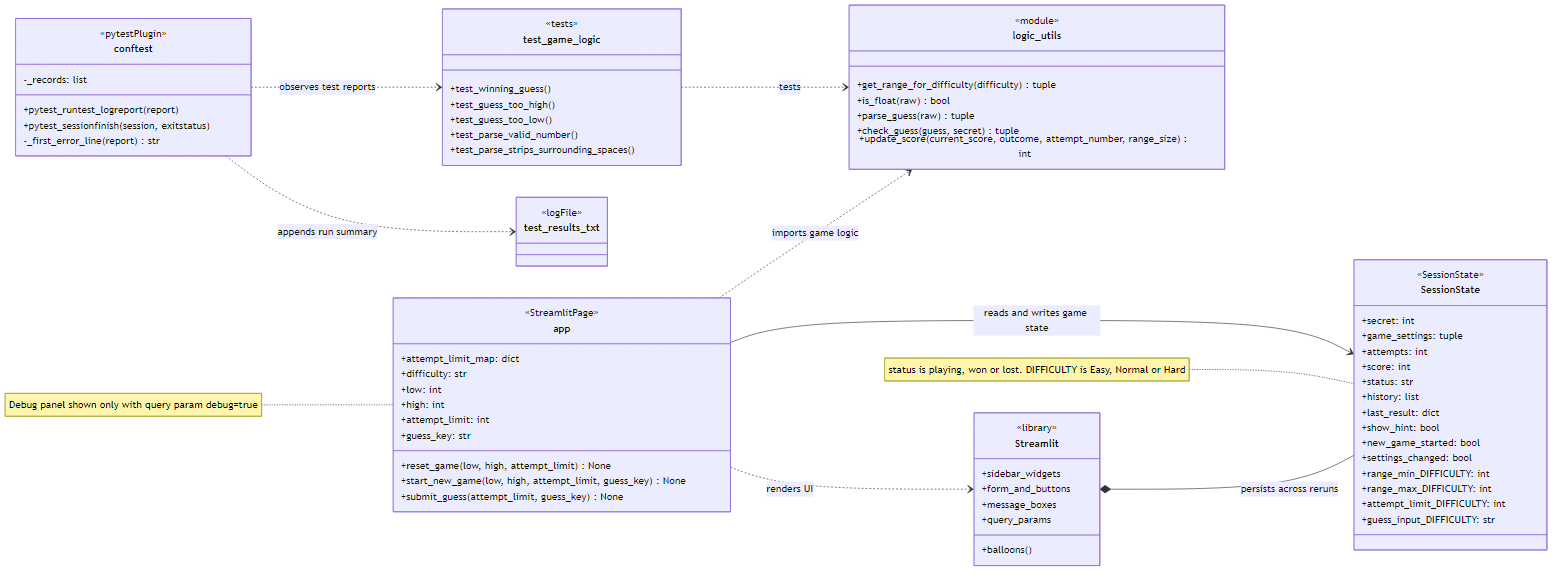
Above: assets/architecture.png in BronsonChow/Applied-AI-Glitchy-Guesser (Mermaid), before the change. Its source is kept beside it as diagrams/architecture.mmd. Source of this version:
```mermaid
classDiagram
    direction LR

    class app {
        <<StreamlitPage>>
        +attempt_limit_map: dict
        +difficulty: str
        +low: int
        +high: int
        +attempt_limit: int
        +guess_key: str
        +reset_game(low, high, attempt_limit) None
        +start_new_game(low, high, attempt_limit, guess_key) None
        +submit_guess(attempt_limit, guess_key) None
    }

    class logic_utils {
        <<module>>
        +get_range_for_difficulty(difficulty) tuple
        +is_float(raw) bool
        +parse_guess(raw) tuple
        +check_guess(guess, secret) tuple
        +update_score(current_score, outcome, attempt_number, range_size) int
    }

    class SessionState {
        <<SessionState>>
        +secret: int
        +game_settings: tuple
        +attempts: int
        +score: int
        +status: str
        +history: list
        +last_result: dict
        +show_hint: bool
        +new_game_started: bool
        +settings_changed: bool
        +range_min_DIFFICULTY: int
        +range_max_DIFFICULTY: int
        +attempt_limit_DIFFICULTY: int
        +guess_input_DIFFICULTY: str
    }

    class Streamlit {
        <<library>>
        +sidebar_widgets
        +form_and_buttons
        +message_boxes
        +query_params
        +balloons()
    }

    class test_game_logic {
        <<tests>>
        +test_winning_guess()
        +test_guess_too_high()
        +test_guess_too_low()
        +test_parse_valid_number()
        +test_parse_strips_surrounding_spaces()
    }

    class conftest {
        <<pytestPlugin>>
        -_records: list
        +pytest_runtest_logreport(report)
        +pytest_sessionfinish(session, exitstatus)
        -_first_error_line(report) str
    }

    class test_results_txt {
        <<logFile>>
    }

    app ..> logic_utils : imports game logic
    app --> SessionState : reads and writes game state
    app ..> Streamlit : renders UI
    Streamlit *-- SessionState : persists across reruns
    test_game_logic ..> logic_utils : tests
    conftest ..> test_game_logic : observes test reports
    conftest ..> test_results_txt : appends run summary

    note for SessionState "status is playing, won or lost. DIFFICULTY is Easy, Normal or Hard"
    note for app "Debug panel shown only with query param debug=true"
```
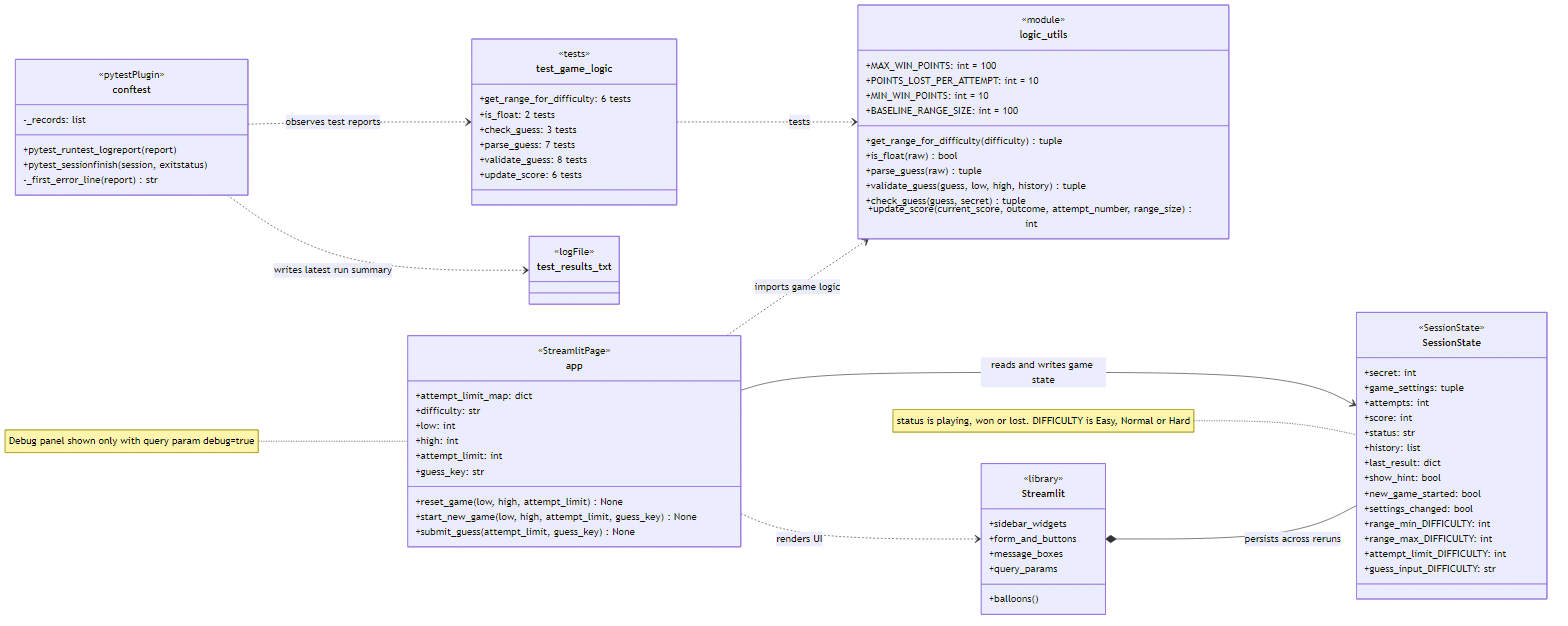
The same diagram one commit later.

Commit message:
refactor: extract guess validation, name scoring constants, expand tests

Change to the diagram source:
```diff
@@ -16,9 +16,14 @@
 
     class logic_utils {
         <<module>>
+        +MAX_WIN_POINTS: int = 100
+        +POINTS_LOST_PER_ATTEMPT: int = 10
+        +MIN_WIN_POINTS: int = 10
+        +BASELINE_RANGE_SIZE: int = 100
         +get_range_for_difficulty(difficulty) tuple
         +is_float(raw) bool
         +parse_guess(raw) tuple
+        +validate_guess(guess, low, high, history) tuple
         +check_guess(guess, secret) tuple
         +update_score(current_score, outcome, attempt_number, range_size) int
     }
@@ -52,11 +57,12 @@
 
     class test_game_logic {
         <<tests>>
-        +test_winning_guess()
-        +test_guess_too_high()
-        +test_guess_too_low()
-        +test_parse_valid_number()
-        +test_parse_strips_surrounding_spaces()
+        +get_range_for_difficulty: 6 tests
+        +is_float: 2 tests
+        +check_guess: 3 tests
+        +parse_guess: 7 tests
+        +validate_guess: 8 tests
+        +update_score: 6 tests
     }
 
     class conftest {
@@ -77,7 +83,7 @@
     Streamlit *-- SessionState : persists across reruns
     test_game_logic ..> logic_utils : tests
     conftest ..> test_game_logic : observes test reports
-    conftest ..> test_results_txt : appends run summary
+    conftest ..> test_results_txt : writes latest run summary
 
     note for SessionState "status is playing, won or lost. DIFFICULTY is Easy, Normal or Hard"
     note for app "Debug panel shown only with query param debug=true"
```
